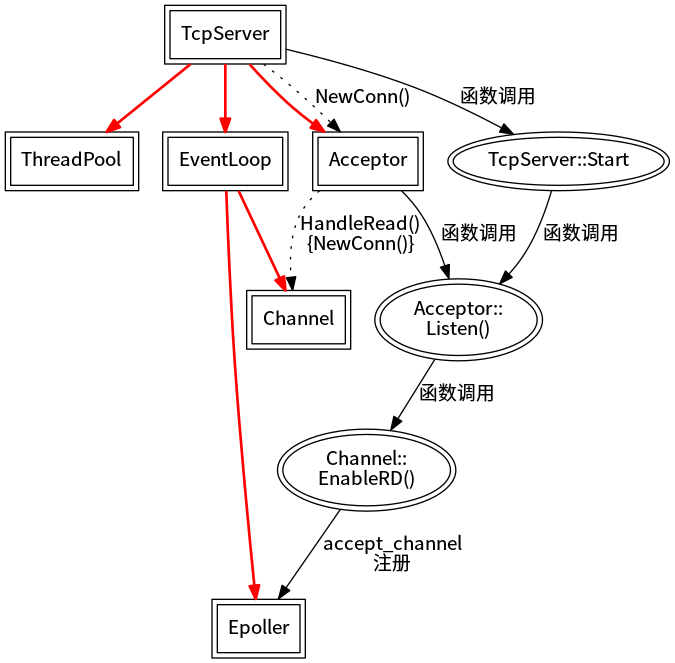
The Graphviz diagram imag/init.png in bbkgl/bbkgl, before a commit. Its source is kept beside it as imag/init.dot. Source of this version:
```dot
digraph G {
	edge[fontname = "FangSong"];
	node[peripheries = 2, fontname = "FangSong"];
	size = "1000, 1000";

	/*--------------------------结点初始化--------------------------*/
	TcpServer[shape = box];
	ThreadPool[shape = box];
	Acceptor[shape = box];
	Channel[shape = box];
	EventLoop[shape = box];
	Epoller[shape = box];
	Listen[label = "Acceptor::\nListen()"];
	EnableReading[label = "Channel::\nEnableRD()"];
	Start[label = "TcpServer::Start"];

	/*--------------------------边的绘制----------------------------*/
	TcpServer -> Acceptor[label = "NewConn()", style = dotted];
	Acceptor -> Channel[label = "HandleRead()\n{NewConn()}", style = dotted];

	TcpServer -> {ThreadPool, Acceptor, EventLoop}[style = bold, color = "red", weight = 500];
	EventLoop -> {Epoller, Channel}[style = bold, color = "red"];

	TcpServer -> Start -> Listen[label = "函数调用"];
	Acceptor -> Listen -> EnableReading[label = "函数调用"];
	EnableReading -> Epoller[label = "accept_channel\n注册"]
}
```
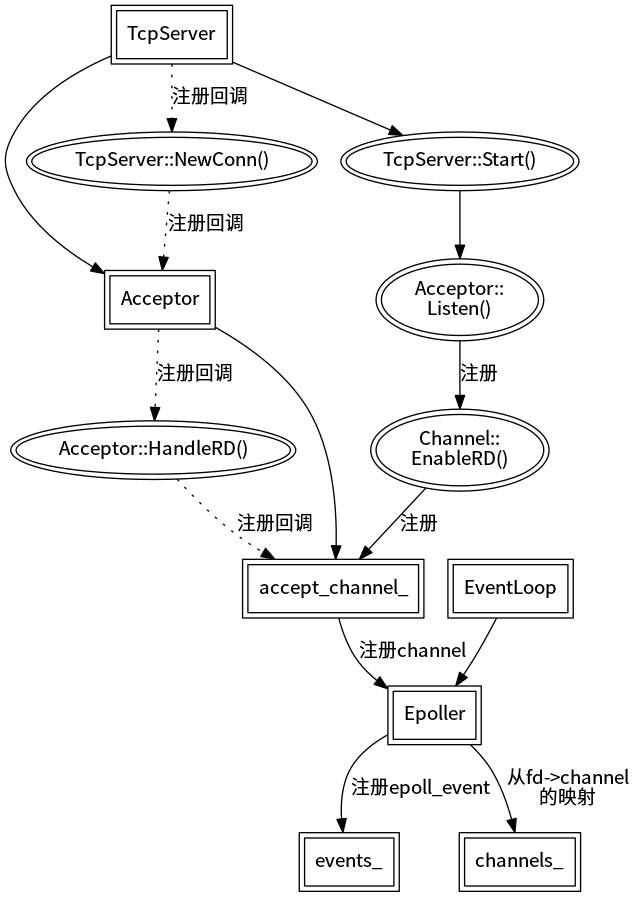
Later version of the same file.

Commit message:
完成所有流程图的绘制，更新代码

The edit, as a diff of the source:
```diff
@@ -5,23 +5,32 @@
 
 	/*--------------------------结点初始化--------------------------*/
 	TcpServer[shape = box];
-	ThreadPool[shape = box];
 	Acceptor[shape = box];
-	Channel[shape = box];
 	EventLoop[shape = box];
 	Epoller[shape = box];
+	events_[shape = box];
+	channels_[shape = box];
+	accept_channel_[shape = box];
+
 	Listen[label = "Acceptor::\nListen()"];
 	EnableReading[label = "Channel::\nEnableRD()"];
-	Start[label = "TcpServer::Start"];
+	Start[label = "TcpServer::Start()"];
+	NewConnection[label = "TcpServer::NewConn()"];
+	HandleRead[label = "Acceptor::HandleRD()"];
 
 	/*--------------------------边的绘制----------------------------*/
-	TcpServer -> Acceptor[label = "NewConn()", style = dotted];
-	Acceptor -> Channel[label = "HandleRead()\n{NewConn()}", style = dotted];
+	TcpServer -> NewConnection[style = dotted, label = "注册回调"];
+	NewConnection  -> Acceptor[style = dotted, label = "注册回调"];
+	Acceptor -> HandleRead[style = dotted, label = "注册回调"];
+	HandleRead -> accept_channel_[style = dotted, label = "注册回调"];
 
-	TcpServer -> {ThreadPool, Acceptor, EventLoop}[style = bold, color = "red", weight = 500];
-	EventLoop -> {Epoller, Channel}[style = bold, color = "red"];
+	EventLoop -> Epoller;
+	Epoller -> events_[label = "注册epoll_event"];
+	Epoller -> channels_[label = "从fd->channel\n的映射"];
+	TcpServer -> Acceptor;
+	Acceptor -> accept_channel_;
 
-	TcpServer -> Start -> Listen[label = "函数调用"];
-	Acceptor -> Listen -> EnableReading[label = "函数调用"];
-	EnableReading -> Epoller[label = "accept_channel\n注册"]
+	TcpServer -> Start -> Listen;
+	Listen -> EnableReading -> accept_channel_[label = "注册"];
+	accept_channel_ -> Epoller[label = "注册channel"];
 }
```
